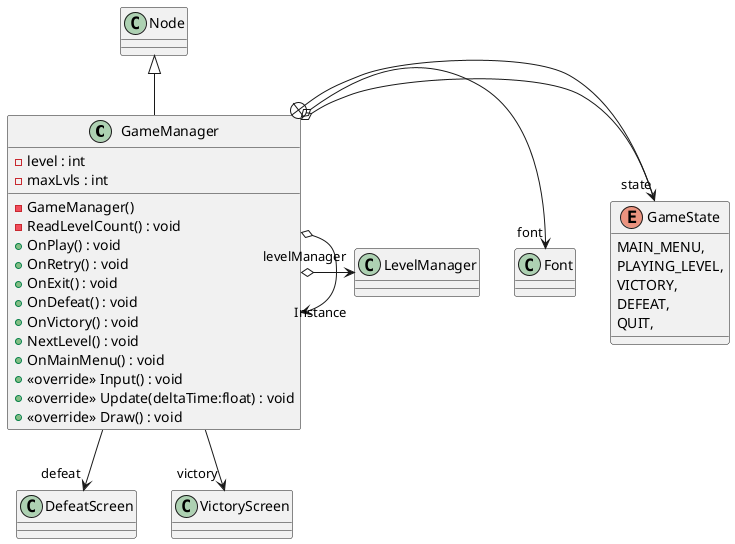
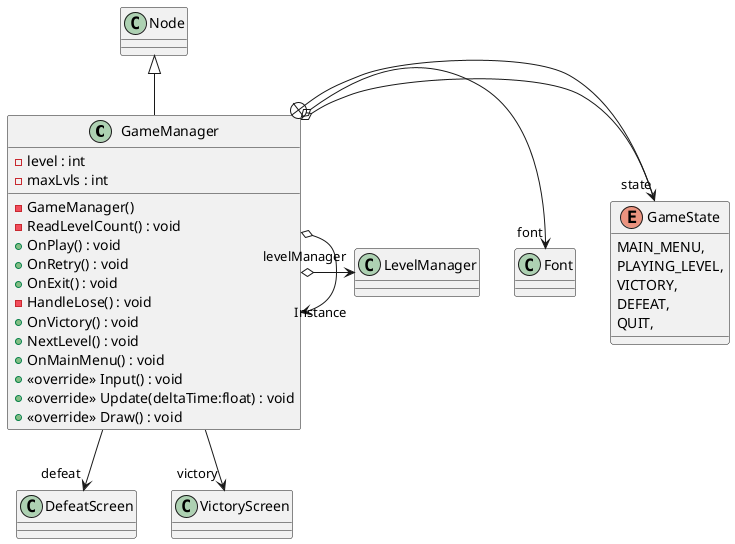
@startuml
class GameManager {
    - level : int
    - maxLvls : int
    - GameManager()
    - ReadLevelCount() : void
    + OnPlay() : void
    + OnRetry() : void
    + OnExit() : void
-     + OnDefeat() : void
+     - HandleLose() : void
    + OnVictory() : void
    + NextLevel() : void
    + OnMainMenu() : void
    + <<override>> Input() : void
    + <<override>> Update(deltaTime:float) : void
    + <<override>> Draw() : void
}
enum GameState {
    MAIN_MENU,
    PLAYING_LEVEL,
    VICTORY,
    DEFEAT,
    QUIT,
}
Node <|-- GameManager
GameManager o-> "state" GameState
GameManager o-> "Instance" GameManager
GameManager o-> "font" Font
GameManager o-> "levelManager" LevelManager
GameManager --> "defeat" DefeatScreen
GameManager --> "victory" VictoryScreen
GameManager +-- GameState
@enduml
